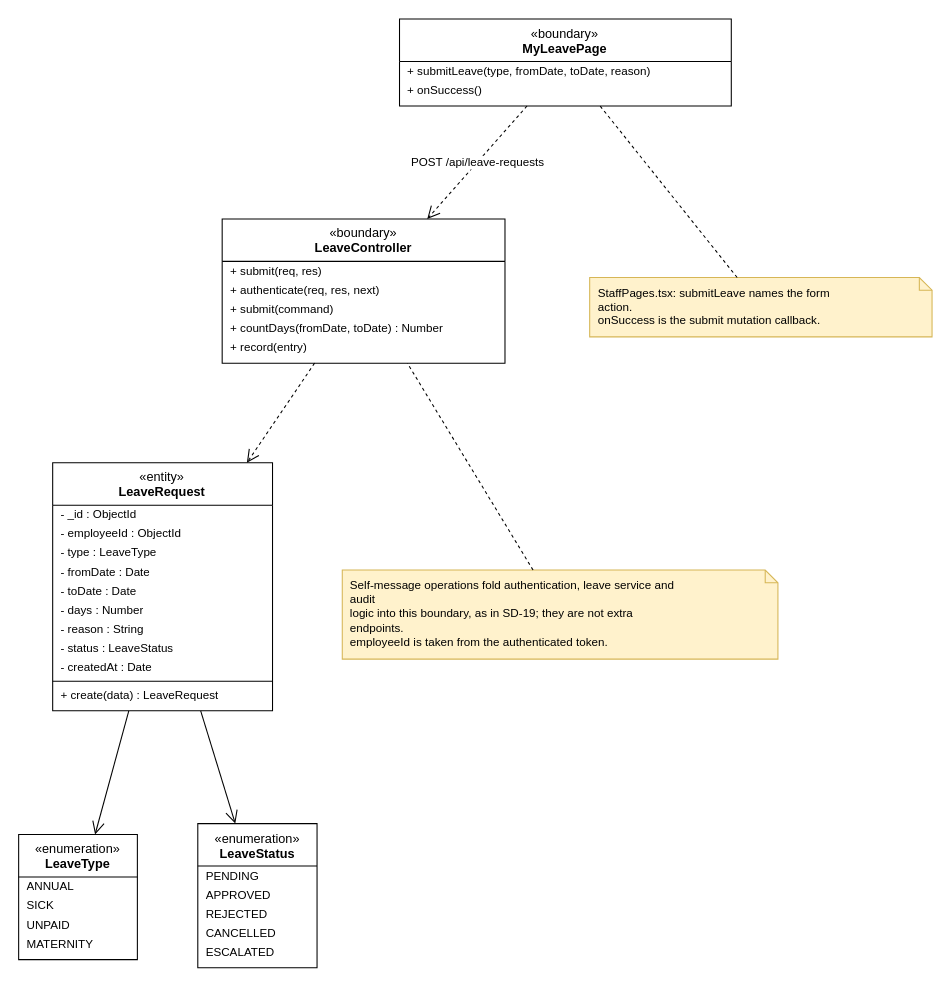
Above: final/diagrams/M5_Front-Desk-And-HR_Diagrams/class_diagrams/CD-19_UC-E15_SubmitLeaveRequest.drawio in toikobi401/SWD392 (draw.io), before the change. Source tidied: cells renumbered, new cells numbered last; positions are measured from the earlier drawing's top-left corner, leaving out a move shared by most shapes. Both pictures are drawn from the tidied source at 106%, with x=0, y=0 at pixel (18, 18).
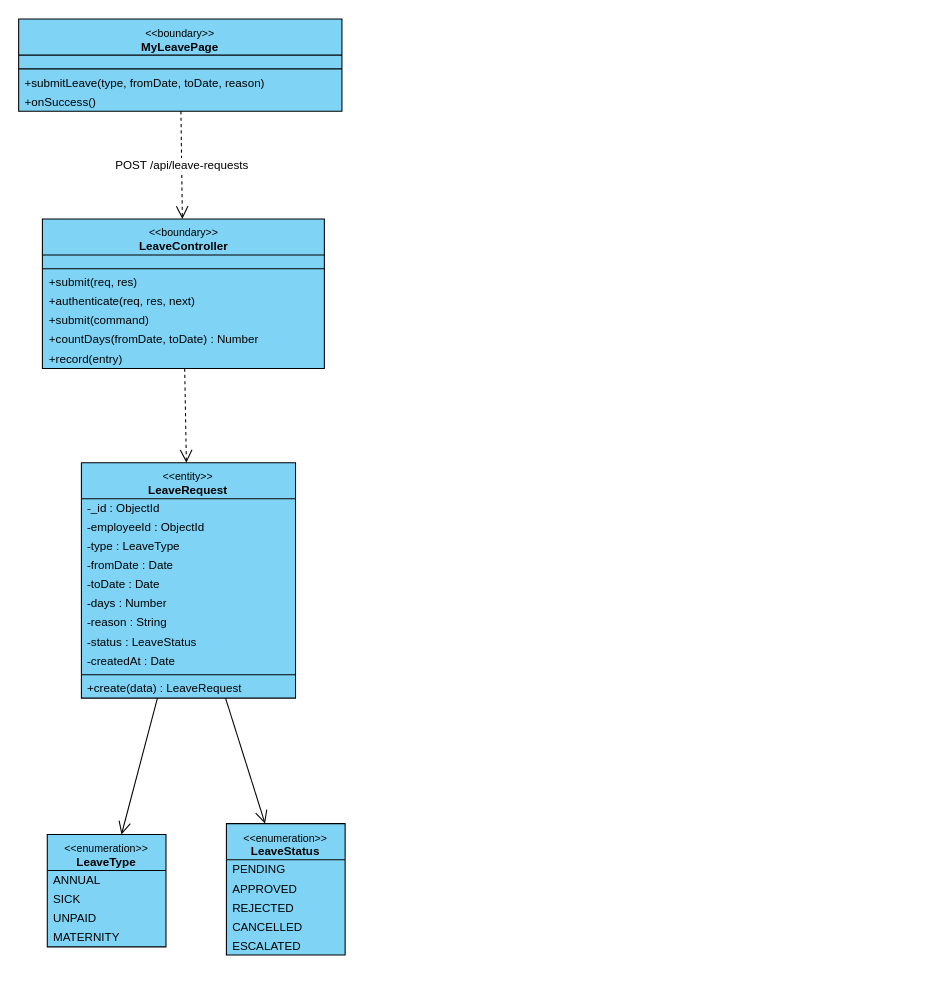
After the change.

What changed in the source:
```diff
@@
-    <mxCell id="2" value="«boundary»&lt;br&gt;&lt;b&gt;MyLeavePage&lt;/b&gt;" style="swimlane;fontStyle=0;align=center;verticalAlign=top;horizontal=1;startSize=40;html=1;whiteSpace=wrap;fontSize=12;" parent="1" vertex="1">
-      <mxGeometry x="359.4" y="0.5" width="313" height="82" as="geometry" />
+    <mxCell id="2" value="&lt;font style=&quot;font-size:10px&quot;&gt;&amp;lt;&amp;lt;boundary&amp;gt;&amp;gt;&lt;/font&gt;&lt;br&gt;&lt;b&gt;MyLeavePage&lt;/b&gt;" style="swimlane;fontStyle=0;align=center;verticalAlign=top;horizontal=1;startSize=34;html=1;whiteSpace=wrap;fontSize=11;fillColor=#7fd3f5;swimlaneFillColor=#7fd3f5;strokeColor=#000000;" parent="1" vertex="1">
+      <mxGeometry x="0.1" y="0.5" width="305" height="87" as="geometry" />
     </mxCell>
+    <mxCell id="42" style="text;strokeColor=none;fillColor=none;html=1;" parent="2" vertex="1">
+      <mxGeometry y="34" width="305" height="9" as="geometry" />
+    </mxCell>
+    <mxCell id="43" style="line;strokeWidth=1;fillColor=none;align=left;verticalAlign=middle;spacingTop=-1;spacingLeft=3;spacingRight=3;labelPosition=right;strokeColor=#000000;" parent="2" vertex="1">
+      <mxGeometry y="43" width="305" height="8" as="geometry" />
+    </mxCell>
-    <mxCell id="3" value="+ submitLeave(type, fromDate, toDate, reason)" style="text;strokeColor=none;fillColor=none;align=left;verticalAlign=middle;spacingLeft=6;spacingRight=4;overflow=hidden;whiteSpace=nowrap;html=1;fontSize=11;" parent="2" vertex="1">
-      <mxGeometry y="40" width="313" height="18" as="geometry" />
+    <mxCell id="3" value="+submitLeave(type, fromDate, toDate, reason)" style="text;strokeColor=none;fillColor=none;align=left;verticalAlign=middle;spacingLeft=4;spacingRight=4;overflow=hidden;whiteSpace=nowrap;html=1;fontSize=11;" parent="2" vertex="1">
+      <mxGeometry y="51" width="305" height="18" as="geometry" />
     </mxCell>
-    <mxCell id="4" value="+ onSuccess()" style="text;strokeColor=none;fillColor=none;align=left;verticalAlign=middle;spacingLeft=6;spacingRight=4;overflow=hidden;whiteSpace=nowrap;html=1;fontSize=11;" parent="2" vertex="1">
-      <mxGeometry y="58" width="313" height="18" as="geometry" />
+    <mxCell id="4" value="+onSuccess()" style="text;strokeColor=none;fillColor=none;align=left;verticalAlign=middle;spacingLeft=4;spacingRight=4;overflow=hidden;whiteSpace=nowrap;html=1;fontSize=11;" parent="2" vertex="1">
+      <mxGeometry y="69" width="305" height="18" as="geometry" />
     </mxCell>
-    <mxCell id="5" value="«boundary»&lt;br&gt;&lt;b&gt;LeaveController&lt;/b&gt;" style="swimlane;fontStyle=0;align=center;verticalAlign=top;horizontal=1;startSize=40;html=1;whiteSpace=wrap;fontSize=12;" parent="1" vertex="1">
-      <mxGeometry x="192.1" y="189.1" width="266.8" height="136" as="geometry" />
+    <mxCell id="5" value="&lt;font style=&quot;font-size:10px&quot;&gt;&amp;lt;&amp;lt;boundary&amp;gt;&amp;gt;&lt;/font&gt;&lt;br&gt;&lt;b&gt;LeaveController&lt;/b&gt;" style="swimlane;fontStyle=0;align=center;verticalAlign=top;horizontal=1;startSize=34;html=1;whiteSpace=wrap;fontSize=11;fillColor=#7fd3f5;swimlaneFillColor=#7fd3f5;strokeColor=#000000;" parent="1" vertex="1">
+      <mxGeometry x="22.5" y="189.1" width="266" height="141" as="geometry" />
     </mxCell>
+    <mxCell id="44" style="text;strokeColor=none;fillColor=none;html=1;" parent="5" vertex="1">
+      <mxGeometry y="34" width="266" height="9" as="geometry" />
+    </mxCell>
+    <mxCell id="45" style="line;strokeWidth=1;fillColor=none;align=left;verticalAlign=middle;spacingTop=-1;spacingLeft=3;spacingRight=3;labelPosition=right;strokeColor=#000000;" parent="5" vertex="1">
+      <mxGeometry y="43" width="266" height="8" as="geometry" />
+    </mxCell>
-    <mxCell id="6" value="+ submit(req, res)" style="text;strokeColor=none;fillColor=none;align=left;verticalAlign=middle;spacingLeft=6;spacingRight=4;overflow=hidden;whiteSpace=nowrap;html=1;fontSize=11;" parent="5" vertex="1">
-      <mxGeometry y="40" width="266.8" height="18" as="geometry" />
+    <mxCell id="6" value="+submit(req, res)" style="text;strokeColor=none;fillColor=none;align=left;verticalAlign=middle;spacingLeft=4;spacingRight=4;overflow=hidden;whiteSpace=nowrap;html=1;fontSize=11;" parent="5" vertex="1">
+      <mxGeometry y="51" width="266" height="18" as="geometry" />
     </mxCell>
-    <mxCell id="7" value="+ authenticate(req, res, next)" style="text;strokeColor=none;fillColor=none;align=left;verticalAlign=middle;spacingLeft=6;spacingRight=4;overflow=hidden;whiteSpace=nowrap;html=1;fontSize=11;" parent="5" vertex="1">
-      <mxGeometry y="58" width="266.8" height="18" as="geometry" />
+    <mxCell id="7" value="+authenticate(req, res, next)" style="text;strokeColor=none;fillColor=none;align=left;verticalAlign=middle;spacingLeft=4;spacingRight=4;overflow=hidden;whiteSpace=nowrap;html=1;fontSize=11;" parent="5" vertex="1">
+      <mxGeometry y="69" width="266" height="18" as="geometry" />
     </mxCell>
-    <mxCell id="8" value="+ submit(command)" style="text;strokeColor=none;fillColor=none;align=left;verticalAlign=middle;spacingLeft=6;spacingRight=4;overflow=hidden;whiteSpace=nowrap;html=1;fontSize=11;" parent="5" vertex="1">
-      <mxGeometry y="76" width="266.8" height="18" as="geometry" />
+    <mxCell id="8" value="+submit(command)" style="text;strokeColor=none;fillColor=none;align=left;verticalAlign=middle;spacingLeft=4;spacingRight=4;overflow=hidden;whiteSpace=nowrap;html=1;fontSize=11;" parent="5" vertex="1">
+      <mxGeometry y="87" width="266" height="18" as="geometry" />
     </mxCell>
-    <mxCell id="9" value="+ countDays(fromDate, toDate) : Number" style="text;strokeColor=none;fillColor=none;align=left;verticalAlign=middle;spacingLeft=6;spacingRight=4;overflow=hidden;whiteSpace=nowrap;html=1;fontSize=11;" parent="5" vertex="1">
-      <mxGeometry y="94" width="266.8" height="18" as="geometry" />
+    <mxCell id="9" value="+countDays(fromDate, toDate) : Number" style="text;strokeColor=none;fillColor=none;align=left;verticalAlign=middle;spacingLeft=4;spacingRight=4;overflow=hidden;whiteSpace=nowrap;html=1;fontSize=11;" parent="5" vertex="1">
+      <mxGeometry y="105" width="266" height="18" as="geometry" />
     </mxCell>
-    <mxCell id="10" value="+ record(entry)" style="text;strokeColor=none;fillColor=none;align=left;verticalAlign=middle;spacingLeft=6;spacingRight=4;overflow=hidden;whiteSpace=nowrap;html=1;fontSize=11;" parent="5" vertex="1">
-      <mxGeometry y="112" width="266.8" height="18" as="geometry" />
+    <mxCell id="10" value="+record(entry)" style="text;strokeColor=none;fillColor=none;align=left;verticalAlign=middle;spacingLeft=4;spacingRight=4;overflow=hidden;whiteSpace=nowrap;html=1;fontSize=11;" parent="5" vertex="1">
+      <mxGeometry y="123" width="266" height="18" as="geometry" />
     </mxCell>
-    <mxCell id="11" value="«entity»&lt;br&gt;&lt;b&gt;LeaveRequest&lt;/b&gt;" style="swimlane;fontStyle=0;align=center;verticalAlign=top;horizontal=1;startSize=40;html=1;whiteSpace=wrap;fontSize=12;" parent="1" vertex="1">
-      <mxGeometry x="32.2" y="419.1" width="207.4" height="234" as="geometry" />
+    <mxCell id="11" value="&lt;font style=&quot;font-size:10px&quot;&gt;&amp;lt;&amp;lt;entity&amp;gt;&amp;gt;&lt;/font&gt;&lt;br&gt;&lt;b&gt;LeaveRequest&lt;/b&gt;" style="swimlane;fontStyle=0;align=center;verticalAlign=top;horizontal=1;startSize=34;html=1;whiteSpace=wrap;fontSize=11;fillColor=#7fd3f5;swimlaneFillColor=#7fd3f5;strokeColor=#000000;" parent="1" vertex="1">
+      <mxGeometry x="59.3" y="419.1" width="202" height="222" as="geometry" />
     </mxCell>
-    <mxCell id="12" value="- _id : ObjectId" style="text;strokeColor=none;fillColor=none;align=left;verticalAlign=middle;spacingLeft=6;spacingRight=4;overflow=hidden;whiteSpace=nowrap;html=1;fontSize=11;" parent="11" vertex="1">
-      <mxGeometry y="40" width="207.4" height="18" as="geometry" />
+    <mxCell id="12" value="-_id : ObjectId" style="text;strokeColor=none;fillColor=none;align=left;verticalAlign=middle;spacingLeft=4;spacingRight=4;overflow=hidden;whiteSpace=nowrap;html=1;fontSize=11;" parent="11" vertex="1">
+      <mxGeometry y="34" width="202" height="18" as="geometry" />
     </mxCell>
-    <mxCell id="13" value="- employeeId : ObjectId" style="text;strokeColor=none;fillColor=none;align=left;verticalAlign=middle;spacingLeft=6;spacingRight=4;overflow=hidden;whiteSpace=nowrap;html=1;fontSize=11;" parent="11" vertex="1">
-      <mxGeometry y="58" width="207.4" height="18" as="geometry" />
+    <mxCell id="13" value="-employeeId : ObjectId" style="text;strokeColor=none;fillColor=none;align=left;verticalAlign=middle;spacingLeft=4;spacingRight=4;overflow=hidden;whiteSpace=nowrap;html=1;fontSize=11;" parent="11" vertex="1">
+      <mxGeometry y="52" width="202" height="18" as="geometry" />
     </mxCell>
-    <mxCell id="14" value="- type : LeaveType" style="text;strokeColor=none;fillColor=none;align=left;verticalAlign=middle;spacingLeft=6;spacingRight=4;overflow=hidden;whiteSpace=nowrap;html=1;fontSize=11;" parent="11" vertex="1">
-      <mxGeometry y="76" width="207.4" height="18" as="geometry" />
+    <mxCell id="14" value="-type : LeaveType" style="text;strokeColor=none;fillColor=none;align=left;verticalAlign=middle;spacingLeft=4;spacingRight=4;overflow=hidden;whiteSpace=nowrap;html=1;fontSize=11;" parent="11" vertex="1">
+      <mxGeometry y="70" width="202" height="18" as="geometry" />
     </mxCell>
-    <mxCell id="15" value="- fromDate : Date" style="text;strokeColor=none;fillColor=none;align=left;verticalAlign=middle;spacingLeft=6;spacingRight=4;overflow=hidden;whiteSpace=nowrap;html=1;fontSize=11;" parent="11" vertex="1">
-      <mxGeometry y="94" width="207.4" height="18" as="geometry" />
+    <mxCell id="15" value="-fromDate : Date" style="text;strokeColor=none;fillColor=none;align=left;verticalAlign=middle;spacingLeft=4;spacingRight=4;overflow=hidden;whiteSpace=nowrap;html=1;fontSize=11;" parent="11" vertex="1">
+      <mxGeometry y="88" width="202" height="18" as="geometry" />
     </mxCell>
-    <mxCell id="16" value="- toDate : Date" style="text;strokeColor=none;fillColor=none;align=left;verticalAlign=middle;spacingLeft=6;spacingRight=4;overflow=hidden;whiteSpace=nowrap;html=1;fontSize=11;" parent="11" vertex="1">
-      <mxGeometry y="112" width="207.4" height="18" as="geometry" />
+    <mxCell id="16" value="-toDate : Date" style="text;strokeColor=none;fillColor=none;align=left;verticalAlign=middle;spacingLeft=4;spacingRight=4;overflow=hidden;whiteSpace=nowrap;html=1;fontSize=11;" parent="11" vertex="1">
+      <mxGeometry y="106" width="202" height="18" as="geometry" />
     </mxCell>
-    <mxCell id="17" value="- days : Number" style="text;strokeColor=none;fillColor=none;align=left;verticalAlign=middle;spacingLeft=6;spacingRight=4;overflow=hidden;whiteSpace=nowrap;html=1;fontSize=11;" parent="11" vertex="1">
-      <mxGeometry y="130" width="207.4" height="18" as="geometry" />
+    <mxCell id="17" value="-days : Number" style="text;strokeColor=none;fillColor=none;align=left;verticalAlign=middle;spacingLeft=4;spacingRight=4;overflow=hidden;whiteSpace=nowrap;html=1;fontSize=11;" parent="11" vertex="1">
+      <mxGeometry y="124" width="202" height="18" as="geometry" />
     </mxCell>
-    <mxCell id="18" value="- reason : String" style="text;strokeColor=none;fillColor=none;align=left;verticalAlign=middle;spacingLeft=6;spacingRight=4;overflow=hidden;whiteSpace=nowrap;html=1;fontSize=11;" parent="11" vertex="1">
-      <mxGeometry y="148" width="207.4" height="18" as="geometry" />
+    <mxCell id="18" value="-reason : String" style="text;strokeColor=none;fillColor=none;align=left;verticalAlign=middle;spacingLeft=4;spacingRight=4;overflow=hidden;whiteSpace=nowrap;html=1;fontSize=11;" parent="11" vertex="1">
+      <mxGeometry y="142" width="202" height="18" as="geometry" />
     </mxCell>
-    <mxCell id="19" value="- status : LeaveStatus" style="text;strokeColor=none;fillColor=none;align=left;verticalAlign=middle;spacingLeft=6;spacingRight=4;overflow=hidden;whiteSpace=nowrap;html=1;fontSize=11;" parent="11" vertex="1">
-      <mxGeometry y="166" width="207.4" height="18" as="geometry" />
+    <mxCell id="19" value="-status : LeaveStatus" style="text;strokeColor=none;fillColor=none;align=left;verticalAlign=middle;spacingLeft=4;spacingRight=4;overflow=hidden;whiteSpace=nowrap;html=1;fontSize=11;" parent="11" vertex="1">
+      <mxGeometry y="160" width="202" height="18" as="geometry" />
     </mxCell>
-    <mxCell id="20" value="- createdAt : Date" style="text;strokeColor=none;fillColor=none;align=left;verticalAlign=middle;spacingLeft=6;spacingRight=4;overflow=hidden;whiteSpace=nowrap;html=1;fontSize=11;" parent="11" vertex="1">
-      <mxGeometry y="184" width="207.4" height="18" as="geometry" />
+    <mxCell id="20" value="-createdAt : Date" style="text;strokeColor=none;fillColor=none;align=left;verticalAlign=middle;spacingLeft=4;spacingRight=4;overflow=hidden;whiteSpace=nowrap;html=1;fontSize=11;" parent="11" vertex="1">
+      <mxGeometry y="178" width="202" height="18" as="geometry" />
     </mxCell>
-    <mxCell id="21" style="line;strokeWidth=1;fillColor=none;align=left;verticalAlign=middle;spacingTop=-1;spacingLeft=3;spacingRight=3;labelPosition=right;strokeColor=inherit;" parent="11" vertex="1">
-      <mxGeometry y="202" width="207.4" height="8" as="geometry" />
+    <mxCell id="21" style="line;strokeWidth=1;fillColor=none;align=left;verticalAlign=middle;spacingTop=-1;spacingLeft=3;spacingRight=3;labelPosition=right;strokeColor=#000000;" parent="11" vertex="1">
+      <mxGeometry y="196" width="202" height="8" as="geometry" />
     </mxCell>
-    <mxCell id="22" value="+ create(data) : LeaveRequest" style="text;strokeColor=none;fillColor=none;align=left;verticalAlign=middle;spacingLeft=6;spacingRight=4;overflow=hidden;whiteSpace=nowrap;html=1;fontSize=11;" parent="11" vertex="1">
-      <mxGeometry y="210" width="207.4" height="18" as="geometry" />
+    <mxCell id="22" value="+create(data) : LeaveRequest" style="text;strokeColor=none;fillColor=none;align=left;verticalAlign=middle;spacingLeft=4;spacingRight=4;overflow=hidden;whiteSpace=nowrap;html=1;fontSize=11;" parent="11" vertex="1">
+      <mxGeometry y="204" width="202" height="18" as="geometry" />
     </mxCell>
-    <mxCell id="23" value="«enumeration»&lt;br&gt;&lt;b&gt;LeaveType&lt;/b&gt;" style="swimlane;fontStyle=0;align=center;verticalAlign=top;horizontal=1;startSize=40;html=1;whiteSpace=wrap;fontSize=12;" parent="1" vertex="1">
-      <mxGeometry x="0.1" y="769.8" width="112" height="118" as="geometry" />
+    <mxCell id="23" value="&lt;font style=&quot;font-size:10px&quot;&gt;&amp;lt;&amp;lt;enumeration&amp;gt;&amp;gt;&lt;/font&gt;&lt;br&gt;&lt;b&gt;LeaveType&lt;/b&gt;" style="swimlane;fontStyle=0;align=center;verticalAlign=top;horizontal=1;startSize=34;html=1;whiteSpace=wrap;fontSize=11;fillColor=#7fd3f5;swimlaneFillColor=#7fd3f5;strokeColor=#000000;" parent="1" vertex="1">
+      <mxGeometry x="27.1" y="769.8" width="112" height="106" as="geometry" />
     </mxCell>
-    <mxCell id="24" value="ANNUAL" style="text;strokeColor=none;fillColor=none;align=left;verticalAlign=middle;spacingLeft=6;spacingRight=4;overflow=hidden;whiteSpace=nowrap;html=1;fontSize=11;" parent="23" vertex="1">
-      <mxGeometry y="40" width="112" height="18" as="geometry" />
+    <mxCell id="24" value="ANNUAL" style="text;strokeColor=none;fillColor=none;align=left;verticalAlign=middle;spacingLeft=4;spacingRight=4;overflow=hidden;whiteSpace=nowrap;html=1;fontSize=11;" parent="23" vertex="1">
+      <mxGeometry y="34" width="112" height="18" as="geometry" />
     </mxCell>
-    <mxCell id="25" value="SICK" style="text;strokeColor=none;fillColor=none;align=left;verticalAlign=middle;spacingLeft=6;spacingRight=4;overflow=hidden;whiteSpace=nowrap;html=1;fontSize=11;" parent="23" vertex="1">
-      <mxGeometry y="58" width="112" height="18" as="geometry" />
+    <mxCell id="25" value="SICK" style="text;strokeColor=none;fillColor=none;align=left;verticalAlign=middle;spacingLeft=4;spacingRight=4;overflow=hidden;whiteSpace=nowrap;html=1;fontSize=11;" parent="23" vertex="1">
+      <mxGeometry y="52" width="112" height="18" as="geometry" />
     </mxCell>
-    <mxCell id="26" value="UNPAID" style="text;strokeColor=none;fillColor=none;align=left;verticalAlign=middle;spacingLeft=6;spacingRight=4;overflow=hidden;whiteSpace=nowrap;html=1;fontSize=11;" parent="23" vertex="1">
-      <mxGeometry y="76" width="112" height="18" as="geometry" />
+    <mxCell id="26" value="UNPAID" style="text;strokeColor=none;fillColor=none;align=left;verticalAlign=middle;spacingLeft=4;spacingRight=4;overflow=hidden;whiteSpace=nowrap;html=1;fontSize=11;" parent="23" vertex="1">
+      <mxGeometry y="70" width="112" height="18" as="geometry" />
     </mxCell>
-    <mxCell id="27" value="MATERNITY" style="text;strokeColor=none;fillColor=none;align=left;verticalAlign=middle;spacingLeft=6;spacingRight=4;overflow=hidden;whiteSpace=nowrap;html=1;fontSize=11;" parent="23" vertex="1">
-      <mxGeometry y="94" width="112" height="18" as="geometry" />
+    <mxCell id="27" value="MATERNITY" style="text;strokeColor=none;fillColor=none;align=left;verticalAlign=middle;spacingLeft=4;spacingRight=4;overflow=hidden;whiteSpace=nowrap;html=1;fontSize=11;" parent="23" vertex="1">
+      <mxGeometry y="88" width="112" height="18" as="geometry" />
     </mxCell>
-    <mxCell id="28" value="«enumeration»&lt;br&gt;&lt;b&gt;LeaveStatus&lt;/b&gt;" style="swimlane;fontStyle=0;align=center;verticalAlign=top;horizontal=1;startSize=40;html=1;whiteSpace=wrap;fontSize=12;" parent="1" vertex="1">
-      <mxGeometry x="169.1" y="759.5" width="112.5" height="136" as="geometry" />
+    <mxCell id="28" value="&lt;font style=&quot;font-size:10px&quot;&gt;&amp;lt;&amp;lt;enumeration&amp;gt;&amp;gt;&lt;/font&gt;&lt;br&gt;&lt;b&gt;LeaveStatus&lt;/b&gt;" style="swimlane;fontStyle=0;align=center;verticalAlign=top;horizontal=1;startSize=34;html=1;whiteSpace=wrap;fontSize=11;fillColor=#7fd3f5;swimlaneFillColor=#7fd3f5;strokeColor=#000000;" parent="1" vertex="1">
+      <mxGeometry x="196.1" y="759.5" width="112" height="124" as="geometry" />
     </mxCell>
-    <mxCell id="29" value="PENDING" style="text;strokeColor=none;fillColor=none;align=left;verticalAlign=middle;spacingLeft=6;spacingRight=4;overflow=hidden;whiteSpace=nowrap;html=1;fontSize=11;" parent="28" vertex="1">
-      <mxGeometry y="40" width="112.5" height="18" as="geometry" />
+    <mxCell id="29" value="PENDING" style="text;strokeColor=none;fillColor=none;align=left;verticalAlign=middle;spacingLeft=4;spacingRight=4;overflow=hidden;whiteSpace=nowrap;html=1;fontSize=11;" parent="28" vertex="1">
+      <mxGeometry y="34" width="112" height="18" as="geometry" />
     </mxCell>
-    <mxCell id="30" value="APPROVED" style="text;strokeColor=none;fillColor=none;align=left;verticalAlign=middle;spacingLeft=6;spacingRight=4;overflow=hidden;whiteSpace=nowrap;html=1;fontSize=11;" parent="28" vertex="1">
-      <mxGeometry y="58" width="112.5" height="18" as="geometry" />
+    <mxCell id="30" value="APPROVED" style="text;strokeColor=none;fillColor=none;align=left;verticalAlign=middle;spacingLeft=4;spacingRight=4;overflow=hidden;whiteSpace=nowrap;html=1;fontSize=11;" parent="28" vertex="1">
+      <mxGeometry y="52" width="112" height="18" as="geometry" />
     </mxCell>
-    <mxCell id="31" value="REJECTED" style="text;strokeColor=none;fillColor=none;align=left;verticalAlign=middle;spacingLeft=6;spacingRight=4;overflow=hidden;whiteSpace=nowrap;html=1;fontSize=11;" parent="28" vertex="1">
-      <mxGeometry y="76" width="112.5" height="18" as="geometry" />
+    <mxCell id="31" value="REJECTED" style="text;strokeColor=none;fillColor=none;align=left;verticalAlign=middle;spacingLeft=4;spacingRight=4;overflow=hidden;whiteSpace=nowrap;html=1;fontSize=11;" parent="28" vertex="1">
+      <mxGeometry y="70" width="112" height="18" as="geometry" />
     </mxCell>
-    <mxCell id="32" value="CANCELLED" style="text;strokeColor=none;fillColor=none;align=left;verticalAlign=middle;spacingLeft=6;spacingRight=4;overflow=hidden;whiteSpace=nowrap;html=1;fontSize=11;" parent="28" vertex="1">
-      <mxGeometry y="94" width="112.5" height="18" as="geometry" />
+    <mxCell id="32" value="CANCELLED" style="text;strokeColor=none;fillColor=none;align=left;verticalAlign=middle;spacingLeft=4;spacingRight=4;overflow=hidden;whiteSpace=nowrap;html=1;fontSize=11;" parent="28" vertex="1">
+      <mxGeometry y="88" width="112" height="18" as="geometry" />
     </mxCell>
-    <mxCell id="33" value="ESCALATED" style="text;strokeColor=none;fillColor=none;align=left;verticalAlign=middle;spacingLeft=6;spacingRight=4;overflow=hidden;whiteSpace=nowrap;html=1;fontSize=11;" parent="28" vertex="1">
-      <mxGeometry y="112" width="112.5" height="18" as="geometry" />
+    <mxCell id="33" value="ESCALATED" style="text;strokeColor=none;fillColor=none;align=left;verticalAlign=middle;spacingLeft=4;spacingRight=4;overflow=hidden;whiteSpace=nowrap;html=1;fontSize=11;" parent="28" vertex="1">
+      <mxGeometry y="106" width="112" height="18" as="geometry" />
     </mxCell>
-    <mxCell id="34" value="Self-message operations fold authentication, leave service and&lt;br&gt;audit&lt;br&gt;logic into this boundary, as in SD-19; they are not extra&lt;br&gt;endpoints.&lt;br&gt;employeeId is taken from the authenticated token." style="shape=note;whiteSpace=wrap;html=1;size=12;align=left;verticalAlign=top;spacingLeft=6;spacingTop=2;fontSize=11;fillColor=#fff2cc;strokeColor=#d6b656;" parent="1" vertex="1">
-      <mxGeometry x="305.4" y="520.3" width="411" height="84" as="geometry" />
-    </mxCell>
-    <mxCell id="35" style="endArrow=none;dashed=1;html=1;rounded=0;" parent="1" edge="1" source="34" target="5">
-      <mxGeometry relative="1" as="geometry" />
-    </mxCell>
-    <mxCell id="36" value="StaffPages.tsx: submitLeave names the form&lt;br&gt;action.&lt;br&gt;onSuccess is the submit mutation callback." style="shape=note;whiteSpace=wrap;html=1;size=12;align=left;verticalAlign=top;spacingLeft=6;spacingTop=2;fontSize=11;fillColor=#fff2cc;strokeColor=#d6b656;" parent="1" vertex="1">
-      <mxGeometry x="538.8" y="244.3" width="323" height="56" as="geometry" />
-    </mxCell>
-    <mxCell id="37" style="endArrow=none;dashed=1;html=1;rounded=0;" parent="1" edge="1" source="36" target="2">
-      <mxGeometry relative="1" as="geometry" />
-    </mxCell>
```
